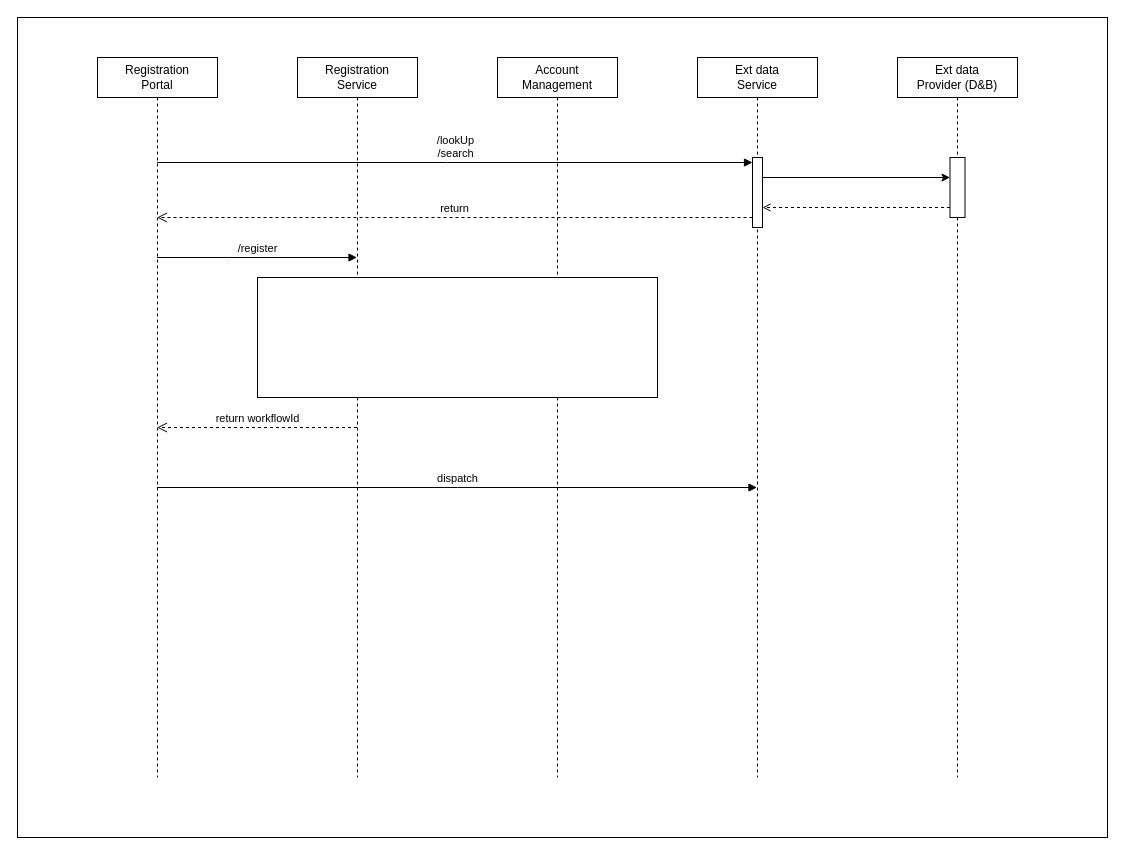
huangshijie/Drawio keeps this draw.io diagram as page "Page-1" (1 of 3) of tps-externaldata-service.drawio. Above is the earlier version. Source tidied: cells renumbered, new cells numbered last; positions are measured from the earlier drawing's top-left corner, leaving out a move shared by most shapes. Both pictures are drawn from the tidied source at 100%, with x=0, y=0 at pixel (17, 17).
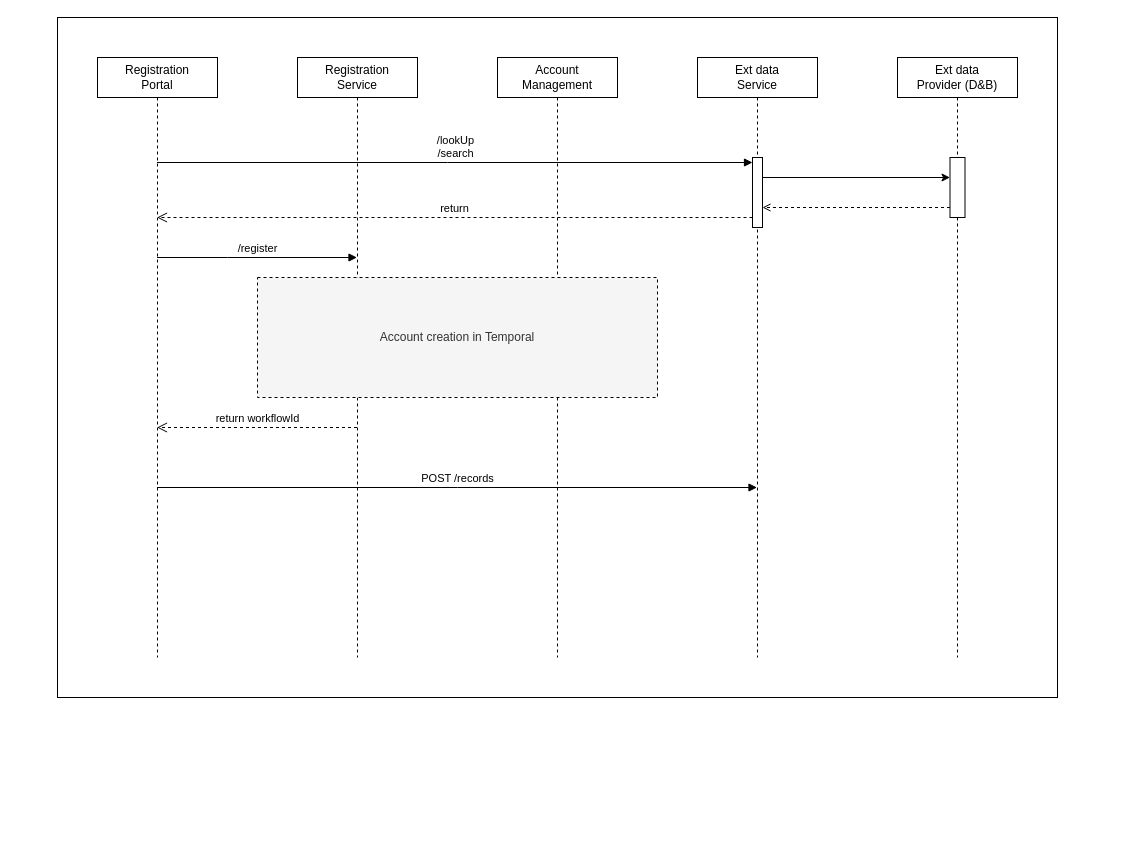
Above is the later version.

Change to the diagram source:
```diff
@@
-    <mxCell id="2" style="rounded=0;whiteSpace=wrap;html=1;" parent="1" vertex="1">
-      <mxGeometry width="1090" height="820" as="geometry" />
-    </mxCell>
+    <mxCell id="18" style="rounded=0;whiteSpace=wrap;html=1;" parent="1" vertex="1">
+      <mxGeometry x="40" width="1000" height="680" as="geometry" />
+    </mxCell>
     <mxCell id="3" value="Registration &lt;br&gt;Portal" style="shape=umlLifeline;perimeter=lifelinePerimeter;whiteSpace=wrap;html=1;outlineConnect=0;portConstraint=eastwest;newEdgeStyle={&quot;curved&quot;:0,&quot;rounded&quot;:0};" parent="1" vertex="1">
-      <mxGeometry x="80" y="40" width="120" height="720" as="geometry" />
+      <mxGeometry x="80" y="40" width="120" height="600" as="geometry" />
     </mxCell>
     <mxCell id="4" value="Registration &lt;br&gt;Service" style="shape=umlLifeline;perimeter=lifelinePerimeter;whiteSpace=wrap;html=1;outlineConnect=0;portConstraint=eastwest;newEdgeStyle={&quot;curved&quot;:0,&quot;rounded&quot;:0};" parent="1" vertex="1">
-      <mxGeometry x="280" y="40" width="120" height="720" as="geometry" />
+      <mxGeometry x="280" y="40" width="120" height="600" as="geometry" />
     </mxCell>
     <mxCell id="5" value="Account &lt;br&gt;Management" style="shape=umlLifeline;perimeter=lifelinePerimeter;whiteSpace=wrap;html=1;newEdgeStyle={&quot;curved&quot;:0,&quot;rounded&quot;:0};" parent="1" vertex="1">
-      <mxGeometry x="480" y="40" width="120" height="720" as="geometry" />
+      <mxGeometry x="480" y="40" width="120" height="600" as="geometry" />
     </mxCell>
     <mxCell id="6" value="Ext data&lt;br&gt;Service" style="shape=umlLifeline;perimeter=lifelinePerimeter;whiteSpace=wrap;html=1;outlineConnect=0;portConstraint=eastwest;newEdgeStyle={&quot;curved&quot;:0,&quot;rounded&quot;:0};" parent="1" vertex="1">
-      <mxGeometry x="680" y="40" width="120" height="720" as="geometry" />
+      <mxGeometry x="680" y="40" width="120" height="600" as="geometry" />
     </mxCell>
@@
     <mxCell id="10" value="Ext data&lt;br&gt;Provider (D&amp;amp;B)" style="shape=umlLifeline;perimeter=lifelinePerimeter;whiteSpace=wrap;html=1;newEdgeStyle={&quot;curved&quot;:0,&quot;rounded&quot;:0};" parent="1" vertex="1">
-      <mxGeometry x="880" y="40" width="120" height="720" as="geometry" />
+      <mxGeometry x="880" y="40" width="120" height="600" as="geometry" />
     </mxCell>
-    <mxCell id="11" style="rounded=0;whiteSpace=wrap;html=1;" parent="1" vertex="1">
+    <mxCell id="11" value="Account creation in Temporal" style="rounded=0;whiteSpace=wrap;html=1;fillColor=#f5f5f5;fontColor=#333333;strokeColor=default;dashed=1;" parent="1" vertex="1">
       <mxGeometry x="240" y="260" width="400" height="120" as="geometry" />
     </mxCell>
-    <mxCell id="12" value="dispatch" style="html=1;verticalAlign=bottom;endArrow=block;curved=0;rounded=0;edgeStyle=orthogonalEdgeStyle;" parent="1" edge="1" source="3" target="6">
+    <mxCell id="12" value="POST /records" style="html=1;verticalAlign=bottom;endArrow=block;curved=0;rounded=0;edgeStyle=orthogonalEdgeStyle;" parent="1" edge="1" source="3" target="6">
       <mxGeometry relative="1" as="geometry">
         <Array as="points">
           <mxPoint x="440" y="470" />
           <mxPoint x="440" y="470" />
         </Array>
       </mxGeometry>
     </mxCell>
```
